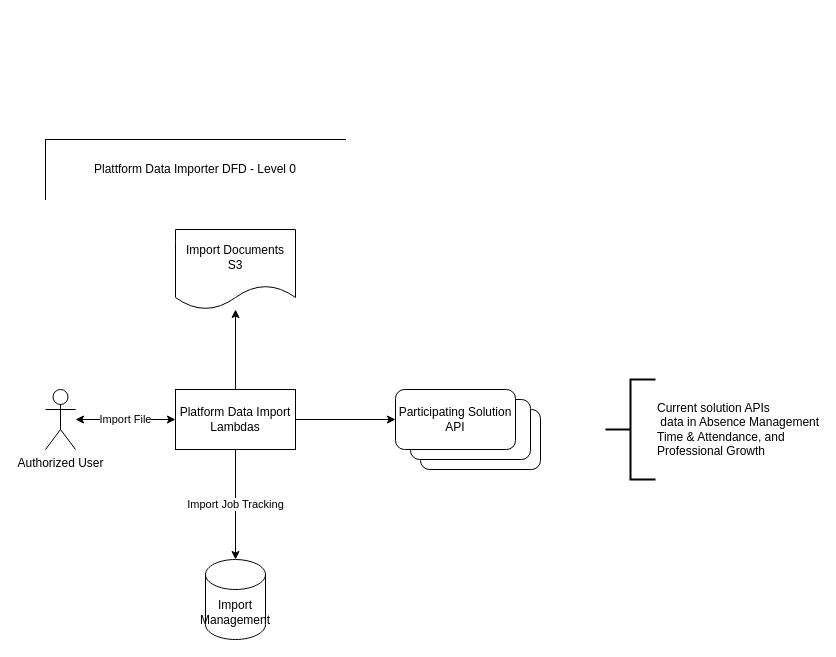
Before: Platform PDI DFD.drawio in kharshawFL/PlatformDiagrams, a draw.io diagram. Source tidied: cells renumbered, new cells numbered last; positions are measured from the earlier drawing's top-left corner, leaving out a move shared by most shapes. Both pictures are drawn from the tidied source at 100%, with x=0, y=0 at pixel (45, 139).
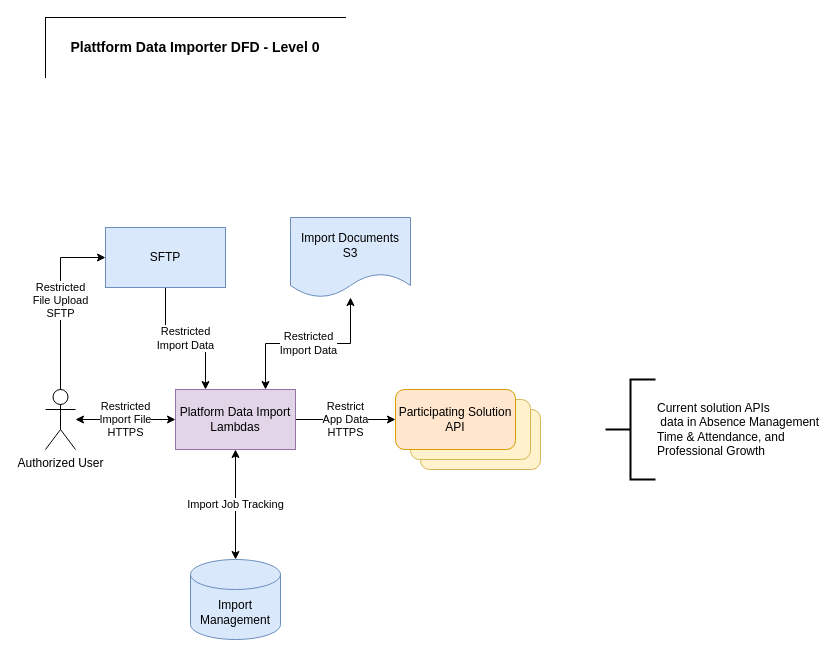
After the change.

Change to the diagram source:
```diff
@@
 <mxGraphModel>
   <root>
     <mxCell id="0" />
     <mxCell id="1" parent="0" />
-    <mxCell id="2" style="edgeStyle=orthogonalEdgeStyle;rounded=0;jettySize=auto;html=1;exitX=1;exitY=0.5;exitDx=0;exitDy=0;entryX=0;entryY=0.5;entryDx=0;entryDy=0;" parent="1" edge="1" source="3" target="11">
+    <mxCell id="2" value="Restrict &lt;br&gt;App Data&lt;br&gt;HTTPS" style="edgeStyle=orthogonalEdgeStyle;rounded=0;jettySize=auto;html=1;exitX=1;exitY=0.5;exitDx=0;exitDy=0;entryX=0;entryY=0.5;entryDx=0;entryDy=0;" parent="1" edge="1" source="3" target="11">
       <mxGeometry relative="1" as="geometry" />
     </mxCell>
-    <mxCell id="3" value="Platform Data Import&lt;br&gt;Lambdas" style="rounded=0;whiteSpace=wrap;html=1;" parent="1" vertex="1">
+    <mxCell id="3" value="Platform Data Import&lt;br&gt;Lambdas" style="rounded=0;whiteSpace=wrap;html=1;fillColor=#e1d5e7;strokeColor=#9673a6;" parent="1" vertex="1">
       <mxGeometry x="130" y="250" width="120" height="60" as="geometry" />
     </mxCell>
-    <mxCell id="4" value="Import Management" style="shape=cylinder3;whiteSpace=wrap;html=1;boundedLbl=1;backgroundOutline=1;size=15;" parent="1" vertex="1">
-      <mxGeometry x="160" y="420" width="60" height="80" as="geometry" />
+    <mxCell id="4" value="Import Management" style="shape=cylinder3;whiteSpace=wrap;html=1;boundedLbl=1;backgroundOutline=1;size=15;fillColor=#dae8fc;strokeColor=#6c8ebf;" parent="1" vertex="1">
+      <mxGeometry x="145" y="420" width="90" height="80" as="geometry" />
     </mxCell>
-    <mxCell id="5" value="Import Documents&lt;br&gt;S3" style="shape=document;whiteSpace=wrap;html=1;boundedLbl=1;" parent="1" vertex="1">
-      <mxGeometry x="130" y="90" width="120" height="80" as="geometry" />
+    <mxCell id="5" value="Import Documents&lt;br&gt;S3" style="shape=document;whiteSpace=wrap;html=1;boundedLbl=1;fillColor=#dae8fc;strokeColor=#6c8ebf;" parent="1" vertex="1">
+      <mxGeometry x="245" y="78" width="120" height="80" as="geometry" />
     </mxCell>
     <mxCell id="6" value="Authorized User" style="shape=umlActor;verticalLabelPosition=bottom;verticalAlign=top;html=1;outlineConnect=0;" parent="1" vertex="1">
       <mxGeometry y="250" width="30" height="60" as="geometry" />
     </mxCell>
-    <mxCell id="7" value="Import Job Tracking" style="endArrow=classic;html=1;rounded=0;exitX=0.5;exitY=1;exitDx=0;exitDy=0;entryX=0.5;entryY=0;entryDx=0;entryDy=0;entryPerimeter=0;" parent="1" edge="1" source="3" target="4">
+    <mxCell id="7" value="Import Job Tracking" style="endArrow=classic;html=1;rounded=0;exitX=0.5;exitY=1;exitDx=0;exitDy=0;entryX=0.5;entryY=0;entryDx=0;entryDy=0;entryPerimeter=0;startArrow=classic;startFill=1;" parent="1" edge="1" source="3" target="4">
       <mxGeometry relative="1" as="geometry" />
     </mxCell>
-    <mxCell id="8" style="endArrow=classic;html=1;rounded=0;exitX=0.5;exitY=0;exitDx=0;exitDy=0;" parent="1" edge="1" source="3" target="5">
+    <mxCell id="8" value="Restricted &lt;br&gt;Import Data" style="endArrow=classic;html=1;rounded=0;exitX=0.75;exitY=0;exitDx=0;exitDy=0;startArrow=classic;startFill=1;endFill=1;edgeStyle=orthogonalEdgeStyle;" parent="1" edge="1" source="3" target="5">
       <mxGeometry relative="1" as="geometry" />
     </mxCell>
-    <mxCell id="9" style="rounded=1;whiteSpace=wrap;html=1;" parent="1" vertex="1">
+    <mxCell id="9" style="rounded=1;whiteSpace=wrap;html=1;fillColor=#fff2cc;strokeColor=#d6b656;" parent="1" vertex="1">
       <mxGeometry x="375" y="270" width="120" height="60" as="geometry" />
     </mxCell>
-    <mxCell id="10" style="rounded=1;whiteSpace=wrap;html=1;" parent="1" vertex="1">
+    <mxCell id="10" style="rounded=1;whiteSpace=wrap;html=1;fillColor=#fff2cc;strokeColor=#d6b656;" parent="1" vertex="1">
       <mxGeometry x="365" y="260" width="120" height="60" as="geometry" />
     </mxCell>
-    <mxCell id="11" value="Participating Solution API" style="rounded=1;whiteSpace=wrap;html=1;" parent="1" vertex="1">
+    <mxCell id="11" value="Participating Solution API" style="rounded=1;whiteSpace=wrap;html=1;fillColor=#ffe6cc;strokeColor=#d79b00;" parent="1" vertex="1">
       <mxGeometry x="350" y="250" width="120" height="60" as="geometry" />
     </mxCell>
-    <mxCell id="12" value="Import File" style="endArrow=classic;html=1;rounded=0;entryX=0;entryY=0.5;entryDx=0;entryDy=0;endFill=1;startArrow=classic;startFill=1;" parent="1" edge="1" source="6" target="3">
+    <mxCell id="12" value="Restricted&lt;br&gt;Import File&lt;br&gt;HTTPS" style="endArrow=classic;html=1;rounded=0;entryX=0;entryY=0.5;entryDx=0;entryDy=0;endFill=1;startArrow=classic;startFill=1;" parent="1" edge="1" source="6" target="3">
       <mxGeometry relative="1" as="geometry" />
     </mxCell>
-    <mxCell id="13" value="Plattform Data Importer DFD - Level 0" style="shape=partialRectangle;whiteSpace=wrap;html=1;bottom=0;right=0;fillColor=none;" parent="1" vertex="1">
-      <mxGeometry width="300" height="60" as="geometry" />
+    <mxCell id="13" value="&lt;b&gt;&lt;font style=&quot;font-size: 14px;&quot;&gt;Plattform Data Importer DFD - Level 0&lt;/font&gt;&lt;/b&gt;" style="shape=partialRectangle;whiteSpace=wrap;html=1;bottom=0;right=0;fillColor=none;" parent="1" vertex="1">
+      <mxGeometry y="-122" width="300" height="60" as="geometry" />
     </mxCell>
     <mxCell id="14" value="Current solution APIs &lt;br&gt;&amp;nbsp;data in Absence Management&lt;br&gt;Time &amp;amp; Attendance, and&lt;br&gt;Professional Growth" style="strokeWidth=2;html=1;shape=mxgraph.flowchart.annotation_2;align=left;labelPosition=right;" parent="1" vertex="1">
       <mxGeometry x="560" y="240" width="50" height="100" as="geometry" />
     </mxCell>
+    <mxCell id="15" value="Restricted &lt;br&gt;Import Data" style="edgeStyle=orthogonalEdgeStyle;rounded=0;jettySize=auto;html=1;startArrow=none;startFill=0;endArrow=classic;endFill=1;entryX=0.25;entryY=0;entryDx=0;entryDy=0;" parent="1" edge="1" source="16" target="3">
+      <mxGeometry relative="1" as="geometry" />
+    </mxCell>
+    <mxCell id="16" value="SFTP" style="rounded=0;whiteSpace=wrap;html=1;fillColor=#dae8fc;strokeColor=#6c8ebf;" parent="1" vertex="1">
+      <mxGeometry x="60" y="88" width="120" height="60" as="geometry" />
+    </mxCell>
+    <mxCell id="17" value="Restricted &lt;br&gt;File Upload&lt;br&gt;SFTP" style="endArrow=classic;html=1;rounded=0;entryX=0;entryY=0.5;entryDx=0;entryDy=0;exitX=0.5;exitY=0;exitDx=0;exitDy=0;exitPerimeter=0;edgeStyle=orthogonalEdgeStyle;" parent="1" edge="1" source="6" target="16">
+      <mxGeometry relative="1" as="geometry" />
+    </mxCell>
   </root>
 </mxGraphModel>
```
